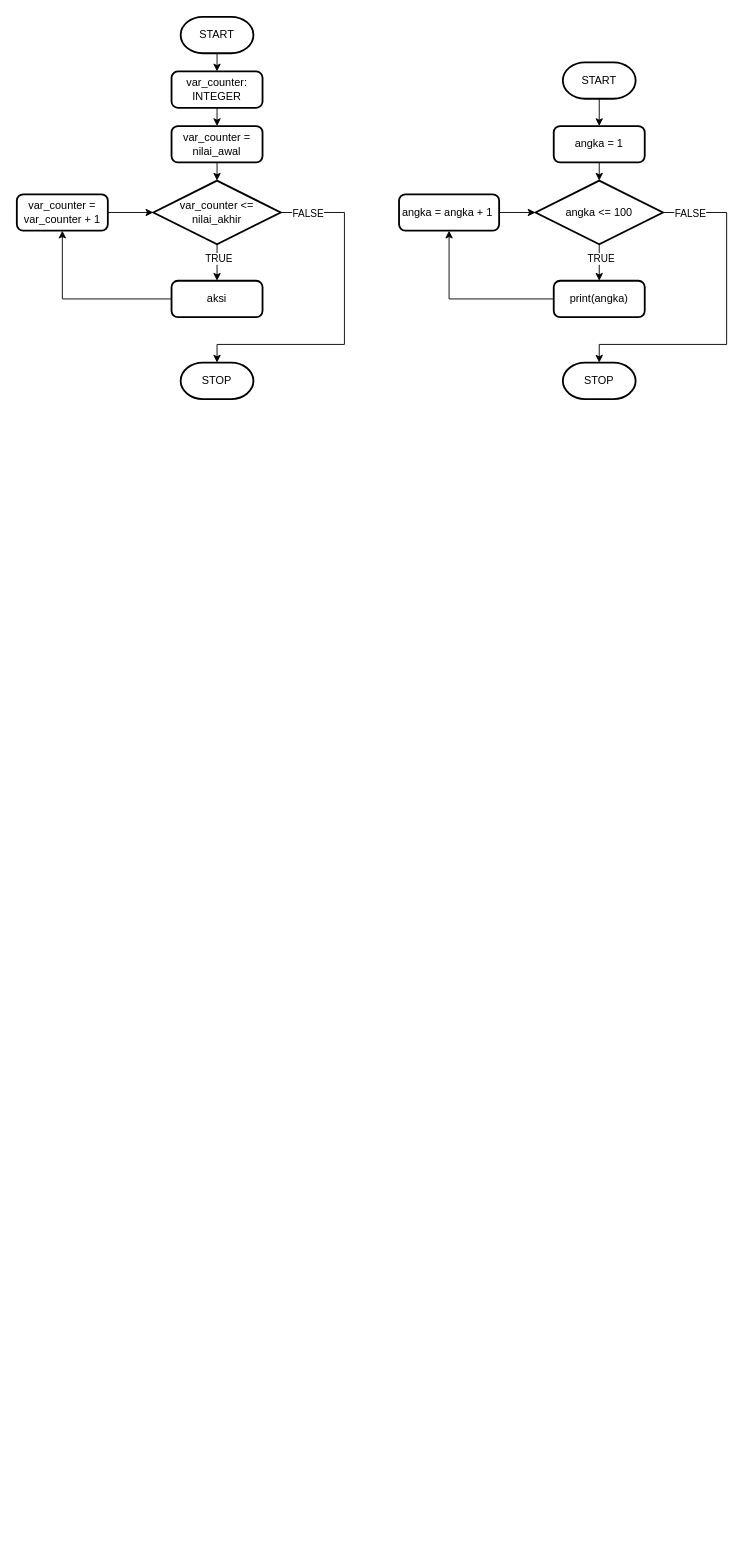
Earlier version of the draw.io diagram figures/for-loop.drawio (LugoBlogger/KU-201-218-algorithm-and-programming). Source tidied: cells renumbered, new cells numbered last; positions are measured from the earlier drawing's top-left corner, leaving out a move shared by most shapes. Both pictures are drawn from the tidied source at 91%, with x=0, y=0 at pixel (16, 16).
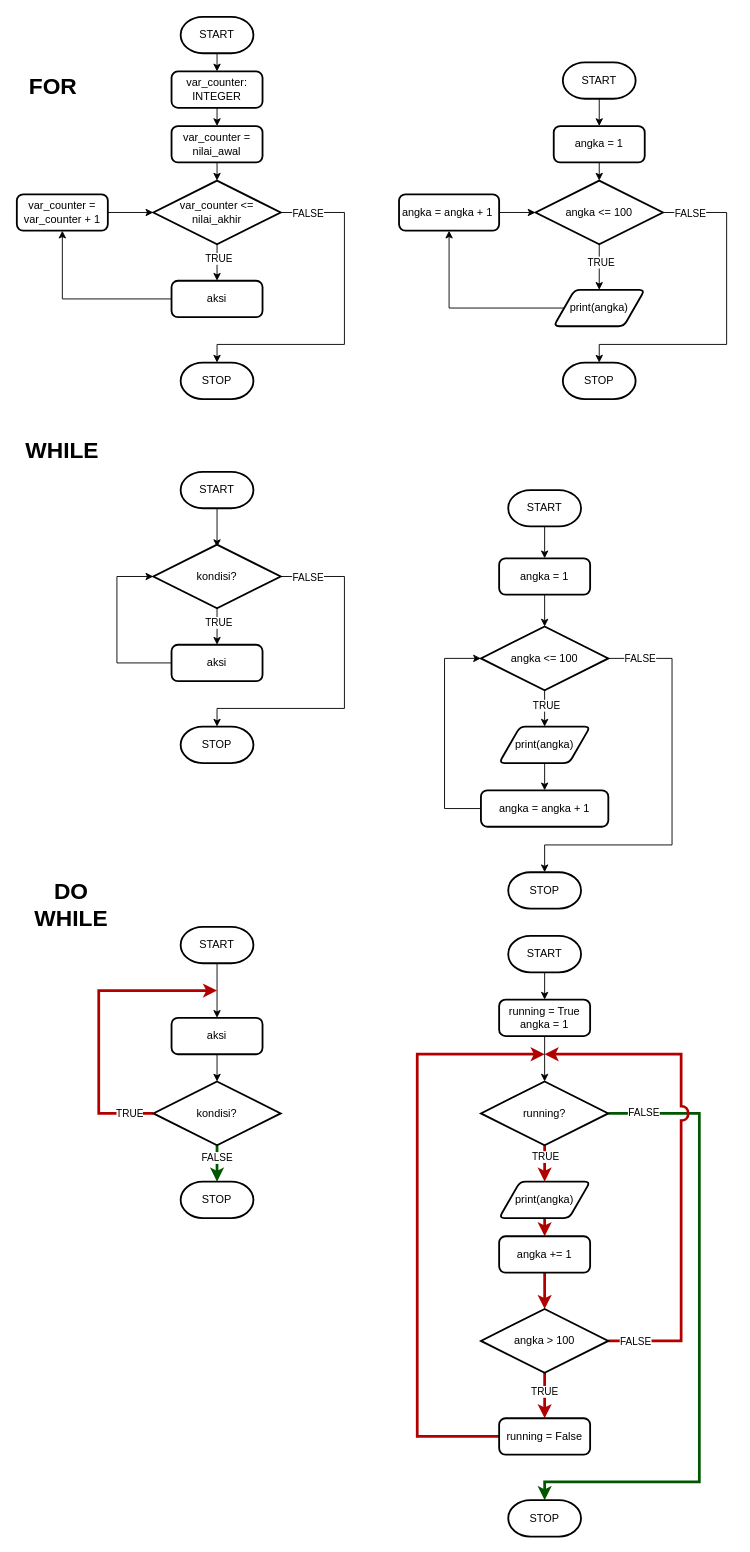
The same page after the edit.

The change refers to these unchanged cells:
```xml
<mxCell id="26" value="angka &amp;lt;= 100" style="strokeWidth=2;html=1;shape=mxgraph.flowchart.decision;whiteSpace=wrap;" parent="1" vertex="1">
  <mxGeometry x="570" y="180" width="140" height="70" as="geometry" />
</mxCell>
<mxCell id="30" value="angka = angka + 1&amp;nbsp;" style="rounded=1;whiteSpace=wrap;html=1;absoluteArcSize=1;arcSize=14;strokeWidth=2;" parent="1" vertex="1">
  <mxGeometry x="420" y="195" width="110" height="40" as="geometry" />
</mxCell>
```

What changed in the source:
```diff
@@
-    <mxCell id="22" style="edgeStyle=orthogonalEdgeStyle;rounded=0;jettySize=auto;html=1;exitX=0.5;exitY=1;exitDx=0;exitDy=0;exitPerimeter=0;entryX=0.5;entryY=0;entryDx=0;entryDy=0;" parent="1" edge="1" source="26" target="28">
+    <mxCell id="22" style="edgeStyle=orthogonalEdgeStyle;rounded=0;jettySize=auto;html=1;exitX=0.5;exitY=1;exitDx=0;exitDy=0;exitPerimeter=0;entryX=0.5;entryY=0;entryDx=0;entryDy=0;" parent="1" edge="1" source="26" target="55">
       <mxGeometry relative="1" as="geometry" />
     </mxCell>
@@
-    <mxCell id="27" style="edgeStyle=orthogonalEdgeStyle;rounded=0;jettySize=auto;html=1;exitX=0;exitY=0.5;exitDx=0;exitDy=0;entryX=0.5;entryY=1;entryDx=0;entryDy=0;" parent="1" edge="1" source="28" target="30">
+    <mxCell id="27" style="edgeStyle=orthogonalEdgeStyle;rounded=0;jettySize=auto;html=1;exitX=0;exitY=0.5;exitDx=0;exitDy=0;entryX=0.5;entryY=1;entryDx=0;entryDy=0;" parent="1" edge="1" source="55" target="30">
       <mxGeometry relative="1" as="geometry" />
     </mxCell>
-    <mxCell id="28" value="print(angka)" style="rounded=1;whiteSpace=wrap;html=1;absoluteArcSize=1;arcSize=14;strokeWidth=2;" parent="1" vertex="1">
-      <mxGeometry x="590" y="290" width="100" height="40" as="geometry" />
-    </mxCell>
@@
+    <mxCell id="32" value="&lt;b&gt;&lt;font style=&quot;font-size: 25px;&quot;&gt;FOR&lt;/font&gt;&lt;/b&gt;" style="text;html=1;strokeColor=none;fillColor=none;align=center;verticalAlign=middle;whiteSpace=wrap;rounded=0;" parent="1" vertex="1">
+      <mxGeometry x="10" y="60" width="60" height="30" as="geometry" />
+    </mxCell>
+    <mxCell id="33" value="&lt;b&gt;&lt;font style=&quot;font-size: 25px;&quot;&gt;WHILE&lt;/font&gt;&lt;/b&gt;" style="text;html=1;strokeColor=none;fillColor=none;align=center;verticalAlign=middle;whiteSpace=wrap;rounded=0;" parent="1" vertex="1">
+      <mxGeometry x="20" y="460" width="60" height="30" as="geometry" />
+    </mxCell>
+    <mxCell id="34" style="edgeStyle=orthogonalEdgeStyle;rounded=0;jettySize=auto;html=1;exitX=0.5;exitY=1;exitDx=0;exitDy=0;exitPerimeter=0;entryX=0.5;entryY=0.038;entryDx=0;entryDy=0;entryPerimeter=0;" parent="1" edge="1" source="35" target="40">
+      <mxGeometry relative="1" as="geometry" />
+    </mxCell>
+    <mxCell id="35" value="START" style="strokeWidth=2;html=1;shape=mxgraph.flowchart.terminator;whiteSpace=wrap;" parent="1" vertex="1">
+      <mxGeometry x="180" y="500" width="80" height="40" as="geometry" />
+    </mxCell>
+    <mxCell id="36" style="edgeStyle=orthogonalEdgeStyle;rounded=0;jettySize=auto;html=1;exitX=0.5;exitY=1;exitDx=0;exitDy=0;exitPerimeter=0;entryX=0.5;entryY=0;entryDx=0;entryDy=0;" parent="1" edge="1" source="40" target="42">
+      <mxGeometry relative="1" as="geometry" />
+    </mxCell>
+    <mxCell id="37" value="TRUE" style="edgeLabel;html=1;align=center;verticalAlign=middle;" parent="36" vertex="1">
+      <mxGeometry x="-0.23" y="1" relative="1" as="geometry" />
+    </mxCell>
+    <mxCell id="38" style="edgeStyle=orthogonalEdgeStyle;rounded=0;jettySize=auto;html=1;exitX=1;exitY=0.5;exitDx=0;exitDy=0;exitPerimeter=0;entryX=0.5;entryY=0;entryDx=0;entryDy=0;entryPerimeter=0;" parent="1" edge="1" source="40" target="43">
+      <mxGeometry relative="1" as="geometry">
+        <Array as="points">
+          <mxPoint x="360" y="615" />
+          <mxPoint x="360" y="760" />
+          <mxPoint x="220" y="760" />
+        </Array>
+      </mxGeometry>
+    </mxCell>
+    <mxCell id="39" value="FALSE" style="edgeLabel;html=1;align=center;verticalAlign=middle;" parent="38" vertex="1">
+      <mxGeometry x="-0.87" y="1" relative="1" as="geometry">
+        <mxPoint x="5" y="1" as="offset" />
+      </mxGeometry>
+    </mxCell>
+    <mxCell id="40" value="kondisi?" style="strokeWidth=2;html=1;shape=mxgraph.flowchart.decision;whiteSpace=wrap;" parent="1" vertex="1">
+      <mxGeometry x="150" y="580" width="140" height="70" as="geometry" />
+    </mxCell>
+    <mxCell id="41" style="edgeStyle=orthogonalEdgeStyle;rounded=0;jettySize=auto;html=1;exitX=0;exitY=0.5;exitDx=0;exitDy=0;entryX=0;entryY=0.5;entryDx=0;entryDy=0;entryPerimeter=0;" parent="1" edge="1" source="42" target="40">
+      <mxGeometry relative="1" as="geometry">
+        <Array as="points">
+          <mxPoint x="110" y="710" />
+          <mxPoint x="110" y="615" />
+        </Array>
+      </mxGeometry>
+    </mxCell>
+    <mxCell id="42" value="aksi" style="rounded=1;whiteSpace=wrap;html=1;absoluteArcSize=1;arcSize=14;strokeWidth=2;" parent="1" vertex="1">
+      <mxGeometry x="170" y="690" width="100" height="40" as="geometry" />
+    </mxCell>
+    <mxCell id="43" value="STOP" style="strokeWidth=2;html=1;shape=mxgraph.flowchart.terminator;whiteSpace=wrap;" parent="1" vertex="1">
+      <mxGeometry x="180" y="780" width="80" height="40" as="geometry" />
+    </mxCell>
+    <mxCell id="44" style="edgeStyle=orthogonalEdgeStyle;rounded=0;jettySize=auto;html=1;exitX=0.5;exitY=1;exitDx=0;exitDy=0;exitPerimeter=0;entryX=0.5;entryY=0;entryDx=0;entryDy=0;" parent="1" edge="1" source="45" target="54">
+      <mxGeometry relative="1" as="geometry" />
+    </mxCell>
+    <mxCell id="45" value="START" style="strokeWidth=2;html=1;shape=mxgraph.flowchart.terminator;whiteSpace=wrap;" parent="1" vertex="1">
+      <mxGeometry x="540" y="520" width="80" height="40" as="geometry" />
+    </mxCell>
+    <mxCell id="46" style="edgeStyle=orthogonalEdgeStyle;rounded=0;jettySize=auto;html=1;exitX=0.5;exitY=1;exitDx=0;exitDy=0;exitPerimeter=0;entryX=0.5;entryY=0;entryDx=0;entryDy=0;" parent="1" edge="1" source="50">
+      <mxGeometry relative="1" as="geometry">
+        <mxPoint x="580" y="780" as="targetPoint" />
+      </mxGeometry>
+    </mxCell>
+    <mxCell id="47" value="TRUE" style="edgeLabel;html=1;align=center;verticalAlign=middle;" parent="46" vertex="1">
+      <mxGeometry x="-0.23" y="1" relative="1" as="geometry" />
+    </mxCell>
+    <mxCell id="48" style="edgeStyle=orthogonalEdgeStyle;rounded=0;jettySize=auto;html=1;exitX=1;exitY=0.5;exitDx=0;exitDy=0;exitPerimeter=0;entryX=0.5;entryY=0;entryDx=0;entryDy=0;entryPerimeter=0;" parent="1" edge="1" source="50" target="52">
+      <mxGeometry relative="1" as="geometry">
+        <Array as="points">
+          <mxPoint x="720" y="705" />
+          <mxPoint x="720" y="910" />
+          <mxPoint x="580" y="910" />
+        </Array>
+      </mxGeometry>
+    </mxCell>
+    <mxCell id="49" value="FALSE" style="edgeLabel;html=1;align=center;verticalAlign=middle;" parent="48" vertex="1">
+      <mxGeometry x="-0.87" y="1" relative="1" as="geometry">
+        <mxPoint x="5" y="1" as="offset" />
+      </mxGeometry>
+    </mxCell>
+    <mxCell id="50" value="angka &amp;lt;= 100" style="strokeWidth=2;html=1;shape=mxgraph.flowchart.decision;whiteSpace=wrap;" parent="1" vertex="1">
+      <mxGeometry x="510" y="670" width="140" height="70" as="geometry" />
+    </mxCell>
+    <mxCell id="51" style="edgeStyle=orthogonalEdgeStyle;rounded=0;jettySize=auto;html=1;exitX=0;exitY=0.5;exitDx=0;exitDy=0;entryX=0;entryY=0.5;entryDx=0;entryDy=0;entryPerimeter=0;" parent="1" edge="1" source="58" target="50">
+      <mxGeometry relative="1" as="geometry">
+        <Array as="points">
+          <mxPoint x="470" y="870" />
+          <mxPoint x="470" y="705" />
+        </Array>
+      </mxGeometry>
+    </mxCell>
+    <mxCell id="52" value="STOP" style="strokeWidth=2;html=1;shape=mxgraph.flowchart.terminator;whiteSpace=wrap;" parent="1" vertex="1">
+      <mxGeometry x="540" y="940" width="80" height="40" as="geometry" />
+    </mxCell>
+    <mxCell id="53" style="edgeStyle=orthogonalEdgeStyle;rounded=0;jettySize=auto;html=1;exitX=0.5;exitY=1;exitDx=0;exitDy=0;entryX=0.5;entryY=0;entryDx=0;entryDy=0;entryPerimeter=0;" parent="1" edge="1" source="54" target="50">
+      <mxGeometry relative="1" as="geometry" />
+    </mxCell>
+    <mxCell id="54" value="angka = 1" style="rounded=1;whiteSpace=wrap;html=1;absoluteArcSize=1;arcSize=14;strokeWidth=2;" parent="1" vertex="1">
+      <mxGeometry x="530" y="595" width="100" height="40" as="geometry" />
+    </mxCell>
+    <mxCell id="55" value="print(angka)" style="shape=parallelogram;html=1;strokeWidth=2;perimeter=parallelogramPerimeter;whiteSpace=wrap;rounded=1;arcSize=12;size=0.23;" parent="1" vertex="1">
+      <mxGeometry x="590" y="300" width="100" height="40" as="geometry" />
+    </mxCell>
+    <mxCell id="56" style="edgeStyle=orthogonalEdgeStyle;rounded=0;jettySize=auto;html=1;exitX=0.5;exitY=1;exitDx=0;exitDy=0;entryX=0.5;entryY=0;entryDx=0;entryDy=0;" parent="1" edge="1" source="57" target="58">
+      <mxGeometry relative="1" as="geometry" />
+    </mxCell>
+    <mxCell id="57" value="print(angka)" style="shape=parallelogram;html=1;strokeWidth=2;perimeter=parallelogramPerimeter;whiteSpace=wrap;rounded=1;arcSize=12;size=0.23;" parent="1" vertex="1">
+      <mxGeometry x="530" y="780" width="100" height="40" as="geometry" />
+    </mxCell>
+    <mxCell id="58" value="angka = angka + 1" style="rounded=1;whiteSpace=wrap;html=1;absoluteArcSize=1;arcSize=14;strokeWidth=2;" parent="1" vertex="1">
+      <mxGeometry x="510" y="850" width="140" height="40" as="geometry" />
+    </mxCell>
+    <mxCell id="59" value="&lt;b&gt;&lt;font style=&quot;font-size: 25px;&quot;&gt;DO WHILE&lt;/font&gt;&lt;/b&gt;" style="text;html=1;strokeColor=none;fillColor=none;align=center;verticalAlign=middle;whiteSpace=wrap;rounded=0;" parent="1" vertex="1">
+      <mxGeometry x="30" y="960" width="60" height="30" as="geometry" />
+    </mxCell>
+    <mxCell id="60" style="edgeStyle=orthogonalEdgeStyle;rounded=0;jettySize=auto;html=1;exitX=0.5;exitY=1;exitDx=0;exitDy=0;exitPerimeter=0;entryX=0.5;entryY=0;entryDx=0;entryDy=0;" parent="1" edge="1" source="61" target="69">
+      <mxGeometry relative="1" as="geometry" />
+    </mxCell>
+    <mxCell id="61" value="START" style="strokeWidth=2;html=1;shape=mxgraph.flowchart.terminator;whiteSpace=wrap;" parent="1" vertex="1">
+      <mxGeometry x="180" y="1000" width="80" height="40" as="geometry" />
+    </mxCell>
+    <mxCell id="62" style="edgeStyle=orthogonalEdgeStyle;rounded=0;jettySize=auto;html=1;exitX=0;exitY=0.5;exitDx=0;exitDy=0;exitPerimeter=0;fillColor=#e51400;strokeColor=#B20000;strokeWidth=3;" parent="1" edge="1" source="66">
+      <mxGeometry relative="1" as="geometry">
+        <mxPoint x="220" y="1070" as="targetPoint" />
+        <Array as="points">
+          <mxPoint x="90" y="1205" />
+          <mxPoint x="90" y="1070" />
+        </Array>
+      </mxGeometry>
+    </mxCell>
+    <mxCell id="63" value="TRUE" style="edgeLabel;html=1;align=center;verticalAlign=middle;" parent="62" vertex="1">
+      <mxGeometry x="-0.8" y="-1" relative="1" as="geometry">
+        <mxPoint x="5" y="1" as="offset" />
+      </mxGeometry>
+    </mxCell>
+    <mxCell id="64" style="edgeStyle=orthogonalEdgeStyle;rounded=0;jettySize=auto;html=1;exitX=0.5;exitY=1;exitDx=0;exitDy=0;exitPerimeter=0;entryX=0.5;entryY=0;entryDx=0;entryDy=0;entryPerimeter=0;fillColor=#008a00;strokeColor=#005700;strokeWidth=3;" parent="1" edge="1" source="66" target="67">
+      <mxGeometry relative="1" as="geometry" />
+    </mxCell>
+    <mxCell id="65" value="FALSE" style="edgeLabel;html=1;align=center;verticalAlign=middle;" parent="64" vertex="1">
+      <mxGeometry x="-0.35" y="-1" relative="1" as="geometry" />
+    </mxCell>
+    <mxCell id="66" value="kondisi?" style="strokeWidth=2;html=1;shape=mxgraph.flowchart.decision;whiteSpace=wrap;" parent="1" vertex="1">
+      <mxGeometry x="150" y="1170" width="140" height="70" as="geometry" />
+    </mxCell>
+    <mxCell id="67" value="STOP" style="strokeWidth=2;html=1;shape=mxgraph.flowchart.terminator;whiteSpace=wrap;" parent="1" vertex="1">
+      <mxGeometry x="180" y="1280" width="80" height="40" as="geometry" />
+    </mxCell>
+    <mxCell id="68" style="edgeStyle=orthogonalEdgeStyle;rounded=0;jettySize=auto;html=1;exitX=0.5;exitY=1;exitDx=0;exitDy=0;entryX=0.5;entryY=0;entryDx=0;entryDy=0;entryPerimeter=0;" parent="1" edge="1" source="69" target="66">
+      <mxGeometry relative="1" as="geometry" />
+    </mxCell>
+    <mxCell id="69" value="aksi" style="rounded=1;whiteSpace=wrap;html=1;absoluteArcSize=1;arcSize=14;strokeWidth=2;" parent="1" vertex="1">
+      <mxGeometry x="170" y="1100" width="100" height="40" as="geometry" />
+    </mxCell>
+    <mxCell id="70" style="edgeStyle=orthogonalEdgeStyle;rounded=0;jettySize=auto;html=1;exitX=0.5;exitY=1;exitDx=0;exitDy=0;exitPerimeter=0;entryX=0.5;entryY=0;entryDx=0;entryDy=0;" parent="1" edge="1" source="71" target="73">
+      <mxGeometry relative="1" as="geometry" />
+    </mxCell>
+    <mxCell id="71" value="START" style="strokeWidth=2;html=1;shape=mxgraph.flowchart.terminator;whiteSpace=wrap;" parent="1" vertex="1">
+      <mxGeometry x="540" y="1010" width="80" height="40" as="geometry" />
+    </mxCell>
+    <mxCell id="72" style="edgeStyle=orthogonalEdgeStyle;rounded=0;jettySize=auto;html=1;exitX=0.5;exitY=1;exitDx=0;exitDy=0;entryX=0.5;entryY=0;entryDx=0;entryDy=0;entryPerimeter=0;" parent="1" edge="1" source="73" target="78">
+      <mxGeometry relative="1" as="geometry" />
+    </mxCell>
+    <mxCell id="73" value="running = True&lt;br&gt;angka = 1" style="rounded=1;whiteSpace=wrap;html=1;absoluteArcSize=1;arcSize=14;strokeWidth=2;" parent="1" vertex="1">
+      <mxGeometry x="530" y="1080" width="100" height="40" as="geometry" />
+    </mxCell>
+    <mxCell id="74" style="edgeStyle=orthogonalEdgeStyle;rounded=0;jettySize=auto;html=1;exitX=0.5;exitY=1;exitDx=0;exitDy=0;exitPerimeter=0;entryX=0.5;entryY=0;entryDx=0;entryDy=0;fillColor=#e51400;strokeColor=#B20000;strokeWidth=3;" parent="1" edge="1" source="78" target="80">
+      <mxGeometry relative="1" as="geometry" />
+    </mxCell>
+    <mxCell id="75" value="TRUE" style="edgeLabel;html=1;align=center;verticalAlign=middle;" parent="74" vertex="1">
+      <mxGeometry x="-0.4" relative="1" as="geometry" />
+    </mxCell>
+    <mxCell id="76" style="edgeStyle=orthogonalEdgeStyle;rounded=0;jettySize=auto;html=1;exitX=1;exitY=0.5;exitDx=0;exitDy=0;exitPerimeter=0;entryX=0.5;entryY=0;entryDx=0;entryDy=0;entryPerimeter=0;jumpStyle=arc;fillColor=#008a00;strokeColor=#005700;strokeWidth=3;" parent="1" edge="1" source="78" target="90">
+      <mxGeometry relative="1" as="geometry">
+        <Array as="points">
+          <mxPoint x="750" y="1205" />
+          <mxPoint x="750" y="1610" />
+          <mxPoint x="580" y="1610" />
+        </Array>
+      </mxGeometry>
+    </mxCell>
+    <mxCell id="77" value="FALSE" style="edgeLabel;html=1;align=center;verticalAlign=middle;" parent="76" vertex="1">
+      <mxGeometry x="-0.89" y="2" relative="1" as="geometry" />
+    </mxCell>
+    <mxCell id="78" value="running?" style="strokeWidth=2;html=1;shape=mxgraph.flowchart.decision;whiteSpace=wrap;" parent="1" vertex="1">
+      <mxGeometry x="510" y="1170" width="140" height="70" as="geometry" />
+    </mxCell>
+    <mxCell id="79" style="edgeStyle=orthogonalEdgeStyle;rounded=0;jettySize=auto;html=1;exitX=0.5;exitY=1;exitDx=0;exitDy=0;entryX=0.5;entryY=0;entryDx=0;entryDy=0;fillColor=#e51400;strokeColor=#B20000;strokeWidth=3;" parent="1" edge="1" source="80" target="82">
+      <mxGeometry relative="1" as="geometry" />
+    </mxCell>
+    <mxCell id="80" value="print(angka)" style="shape=parallelogram;html=1;strokeWidth=2;perimeter=parallelogramPerimeter;whiteSpace=wrap;rounded=1;arcSize=12;size=0.23;" parent="1" vertex="1">
+      <mxGeometry x="530" y="1280" width="100" height="40" as="geometry" />
+    </mxCell>
+    <mxCell id="81" style="edgeStyle=orthogonalEdgeStyle;rounded=0;jettySize=auto;html=1;exitX=0.5;exitY=1;exitDx=0;exitDy=0;entryX=0.5;entryY=0;entryDx=0;entryDy=0;entryPerimeter=0;fillColor=#e51400;strokeColor=#B20000;strokeWidth=3;" parent="1" edge="1" source="82" target="87">
+      <mxGeometry relative="1" as="geometry" />
+    </mxCell>
+    <mxCell id="82" value="angka += 1" style="rounded=1;whiteSpace=wrap;html=1;absoluteArcSize=1;arcSize=14;strokeWidth=2;" parent="1" vertex="1">
+      <mxGeometry x="530" y="1340" width="100" height="40" as="geometry" />
+    </mxCell>
+    <mxCell id="83" style="edgeStyle=orthogonalEdgeStyle;rounded=0;jettySize=auto;html=1;exitX=0.5;exitY=1;exitDx=0;exitDy=0;exitPerimeter=0;fillColor=#e51400;strokeColor=#B20000;strokeWidth=3;" parent="1" edge="1" source="87" target="89">
+      <mxGeometry relative="1" as="geometry" />
+    </mxCell>
+    <mxCell id="84" value="TRUE" style="edgeLabel;html=1;align=center;verticalAlign=middle;" parent="83" vertex="1">
+      <mxGeometry x="-0.21" y="-1" relative="1" as="geometry" />
+    </mxCell>
+    <mxCell id="85" style="edgeStyle=orthogonalEdgeStyle;rounded=0;jettySize=auto;html=1;exitX=1;exitY=0.5;exitDx=0;exitDy=0;exitPerimeter=0;jumpStyle=arc;jumpSize=12;fillColor=#e51400;strokeColor=#B20000;strokeWidth=3;" parent="1" edge="1" source="87">
+      <mxGeometry relative="1" as="geometry">
+        <mxPoint x="580" y="1140" as="targetPoint" />
+        <Array as="points">
+          <mxPoint x="730" y="1455" />
+          <mxPoint x="730" y="1140" />
+        </Array>
+      </mxGeometry>
+    </mxCell>
+    <mxCell id="86" value="FALSE" style="edgeLabel;html=1;align=center;verticalAlign=middle;" parent="85" vertex="1">
+      <mxGeometry x="-0.94" y="-2" relative="1" as="geometry">
+        <mxPoint x="13" y="-2" as="offset" />
+      </mxGeometry>
+    </mxCell>
+    <mxCell id="87" value="angka &amp;gt; 100" style="strokeWidth=2;html=1;shape=mxgraph.flowchart.decision;whiteSpace=wrap;" parent="1" vertex="1">
+      <mxGeometry x="510" y="1420" width="140" height="70" as="geometry" />
+    </mxCell>
+    <mxCell id="88" style="edgeStyle=orthogonalEdgeStyle;rounded=0;jettySize=auto;html=1;exitX=0;exitY=0.5;exitDx=0;exitDy=0;fillColor=#e51400;strokeColor=#B20000;strokeWidth=3;" parent="1" edge="1" source="89">
+      <mxGeometry relative="1" as="geometry">
+        <mxPoint x="580" y="1140" as="targetPoint" />
+        <Array as="points">
+          <mxPoint x="440" y="1560" />
+          <mxPoint x="440" y="1140" />
+        </Array>
+      </mxGeometry>
+    </mxCell>
+    <mxCell id="89" value="running = False" style="rounded=1;whiteSpace=wrap;html=1;absoluteArcSize=1;arcSize=14;strokeWidth=2;" parent="1" vertex="1">
+      <mxGeometry x="530" y="1540" width="100" height="40" as="geometry" />
+    </mxCell>
+    <mxCell id="90" value="STOP" style="strokeWidth=2;html=1;shape=mxgraph.flowchart.terminator;whiteSpace=wrap;" parent="1" vertex="1">
+      <mxGeometry x="540" y="1630" width="80" height="40" as="geometry" />
+    </mxCell>
```
